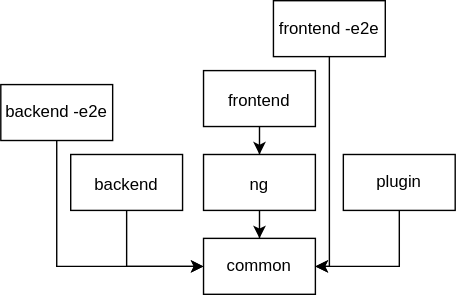
HugoMendes98/graph-flow keeps this draw.io diagram as docs/styleguide/images/styleguide-hierarchy.drawio.svg. Above is the earlier version. Source tidied: cells renumbered, new cells last; positions are measured from the earlier drawing's top-left corner, leaving out a move shared by most shapes.
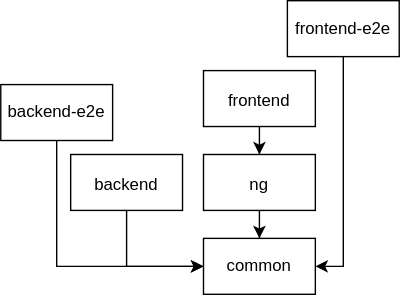
After the commit.

Diff of the diagram source:
```diff
@@ -20,12 +20,12 @@
     <mxCell id="7" style="edgeStyle=orthogonalEdgeStyle;rounded=0;jettySize=auto;html=1;sourcePortConstraint=south;exitX=0.5;exitY=1;exitDx=0;exitDy=0;" parent="1" edge="1" source="8" target="2">
       <mxGeometry relative="1" as="geometry">
         <Array as="points">
-          <mxPoint x="235" y="190" />
+          <mxPoint x="245" y="190" />
         </Array>
       </mxGeometry>
     </mxCell>
     <mxCell id="8" value="&lt;div style=&quot;text-align: left;&quot;&gt;&lt;span style=&quot;background-color: initial;&quot;&gt;frontend&lt;/span&gt;&lt;span style=&quot;background-color: initial;&quot;&gt;-e2e&lt;/span&gt;&lt;/div&gt;" style="rounded=0;whiteSpace=wrap;html=1;spacingBottom=0;" parent="1" vertex="1">
-      <mxGeometry x="195" width="80" height="40" as="geometry" />
+      <mxGeometry x="205" width="80" height="40" as="geometry" />
     </mxCell>
     <mxCell id="9" style="edgeStyle=orthogonalEdgeStyle;rounded=0;jettySize=auto;html=1;sourcePortConstraint=south;" parent="1" edge="1" source="10" target="14">
       <mxGeometry relative="1" as="geometry" />
@@ -33,12 +33,6 @@
     <mxCell id="10" value="&lt;h1 style=&quot;&quot;&gt;&lt;span style=&quot;font-size: 12px; font-weight: 400;&quot;&gt;frontend&lt;/span&gt;&lt;br&gt;&lt;/h1&gt;" style="rounded=0;whiteSpace=wrap;html=1;verticalAlign=middle;horizontal=1;align=center;spacing=2;spacingTop=0;spacingBottom=5;labelPosition=center;verticalLabelPosition=middle;" parent="1" vertex="1">
       <mxGeometry x="145" y="50" width="80" height="40" as="geometry" />
     </mxCell>
-    <mxCell id="11" style="edgeStyle=orthogonalEdgeStyle;rounded=0;jettySize=auto;html=1;sourcePortConstraint=south;" parent="1" edge="1" source="12" target="2">
-      <mxGeometry relative="1" as="geometry" />
-    </mxCell>
-    <mxCell id="12" value="&lt;div style=&quot;text-align: left;&quot;&gt;plugin&lt;br&gt;&lt;/div&gt;" style="rounded=0;whiteSpace=wrap;html=1;spacingBottom=0;" parent="1" vertex="1">
-      <mxGeometry x="245" y="110" width="80" height="40" as="geometry" />
-    </mxCell>
     <mxCell id="13" style="edgeStyle=orthogonalEdgeStyle;rounded=0;jettySize=auto;html=1;sourcePortConstraint=south;" parent="1" edge="1" source="14" target="2">
       <mxGeometry relative="1" as="geometry" />
     </mxCell>
```
